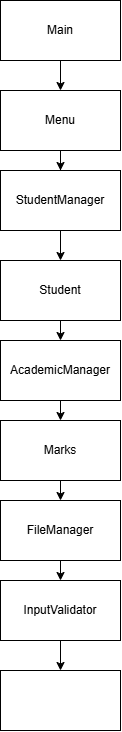
Above: docs/diagrams/Class Diagram.png in ps0303115-cell/StudentManagementSystem (draw.io), before the change. Source tidied: cells renumbered, new cells last; positions are measured from the earlier drawing's top-left corner, leaving out a move shared by most shapes.
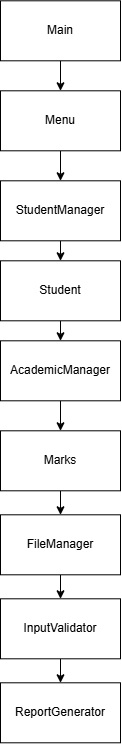
The same file after the commit.

Diff of the diagram source:
```diff
@@ -2,56 +2,56 @@
   <root>
     <mxCell id="0" />
     <mxCell id="1" parent="0" />
-    <mxCell id="2" style="rounded=0;whiteSpace=wrap;html=1;" parent="1" vertex="1">
-      <mxGeometry y="670" width="120" height="60" as="geometry" />
-    </mxCell>
-    <mxCell id="3" style="edgeStyle=orthogonalEdgeStyle;rounded=0;jettySize=auto;html=1;exitX=0.5;exitY=1;exitDx=0;exitDy=0;" parent="1" edge="1" source="4" target="2">
-      <mxGeometry relative="1" as="geometry" />
-    </mxCell>
+    <mxCell id="19" value="ReportGenerator" style="rounded=0;whiteSpace=wrap;html=1;" parent="1" vertex="1">
+      <mxGeometry x="-10" y="692" width="120" height="60" as="geometry" />
+    </mxCell>
+    <mxCell id="20" style="edgeStyle=orthogonalEdgeStyle;rounded=0;jettySize=auto;html=1;exitX=0.5;exitY=1;exitDx=0;exitDy=0;entryX=0.5;entryY=0;entryDx=0;entryDy=0;" parent="1" edge="1" source="4" target="19">
+      <mxGeometry relative="1" as="geometry" />
+    </mxCell>
     <mxCell id="4" value="InputValidator" style="rounded=0;whiteSpace=wrap;html=1;" parent="1" vertex="1">
-      <mxGeometry y="580" width="120" height="60" as="geometry" />
+      <mxGeometry x="-10" y="608" width="120" height="60" as="geometry" />
     </mxCell>
     <mxCell id="5" style="edgeStyle=orthogonalEdgeStyle;rounded=0;jettySize=auto;html=1;exitX=0.5;exitY=1;exitDx=0;exitDy=0;entryX=0.5;entryY=0;entryDx=0;entryDy=0;" parent="1" edge="1" source="6" target="4">
       <mxGeometry relative="1" as="geometry" />
     </mxCell>
     <mxCell id="6" value="FileManager" style="rounded=0;whiteSpace=wrap;html=1;" parent="1" vertex="1">
-      <mxGeometry y="500" width="120" height="60" as="geometry" />
+      <mxGeometry x="-10" y="524" width="120" height="60" as="geometry" />
     </mxCell>
     <mxCell id="7" style="edgeStyle=orthogonalEdgeStyle;rounded=0;jettySize=auto;html=1;exitX=0.5;exitY=1;exitDx=0;exitDy=0;entryX=0.5;entryY=0;entryDx=0;entryDy=0;" parent="1" edge="1" source="8" target="6">
       <mxGeometry relative="1" as="geometry" />
     </mxCell>
     <mxCell id="8" value="Marks" style="rounded=0;whiteSpace=wrap;html=1;" parent="1" vertex="1">
-      <mxGeometry y="420" width="120" height="60" as="geometry" />
+      <mxGeometry x="-10" y="440" width="120" height="60" as="geometry" />
     </mxCell>
     <mxCell id="9" style="edgeStyle=orthogonalEdgeStyle;rounded=0;jettySize=auto;html=1;exitX=0.5;exitY=1;exitDx=0;exitDy=0;entryX=0.5;entryY=0;entryDx=0;entryDy=0;" parent="1" edge="1" source="10" target="8">
       <mxGeometry relative="1" as="geometry" />
     </mxCell>
     <mxCell id="10" value="AcademicManager" style="rounded=0;whiteSpace=wrap;html=1;" parent="1" vertex="1">
-      <mxGeometry y="340" width="120" height="60" as="geometry" />
+      <mxGeometry x="-10" y="350" width="120" height="60" as="geometry" />
     </mxCell>
     <mxCell id="11" style="edgeStyle=orthogonalEdgeStyle;rounded=0;jettySize=auto;html=1;exitX=0.5;exitY=1;exitDx=0;exitDy=0;entryX=0.5;entryY=0;entryDx=0;entryDy=0;" parent="1" edge="1" source="12" target="10">
       <mxGeometry relative="1" as="geometry" />
     </mxCell>
     <mxCell id="12" value="Student" style="rounded=0;whiteSpace=wrap;html=1;" parent="1" vertex="1">
-      <mxGeometry y="260" width="120" height="60" as="geometry" />
+      <mxGeometry x="-10" y="270" width="120" height="60" as="geometry" />
     </mxCell>
-    <mxCell id="13" style="edgeStyle=orthogonalEdgeStyle;rounded=0;jettySize=auto;html=1;exitX=0.5;exitY=1;exitDx=0;exitDy=0;" parent="1" edge="1" source="14" target="12">
+    <mxCell id="13" style="edgeStyle=orthogonalEdgeStyle;rounded=0;jettySize=auto;html=1;exitX=0.5;exitY=1;exitDx=0;exitDy=0;entryX=0.5;entryY=0;entryDx=0;entryDy=0;" parent="1" edge="1" source="14" target="12">
       <mxGeometry relative="1" as="geometry" />
     </mxCell>
     <mxCell id="14" value="StudentManager" style="rounded=0;whiteSpace=wrap;html=1;" parent="1" vertex="1">
-      <mxGeometry y="170" width="120" height="60" as="geometry" />
+      <mxGeometry x="-10" y="190" width="120" height="60" as="geometry" />
     </mxCell>
-    <mxCell id="15" style="edgeStyle=orthogonalEdgeStyle;rounded=0;jettySize=auto;html=1;exitX=0.5;exitY=1;exitDx=0;exitDy=0;" parent="1" edge="1" source="16" target="14">
+    <mxCell id="15" style="edgeStyle=orthogonalEdgeStyle;rounded=0;jettySize=auto;html=1;exitX=0.5;exitY=1;exitDx=0;exitDy=0;entryX=0.5;entryY=0;entryDx=0;entryDy=0;" parent="1" edge="1" source="16" target="14">
       <mxGeometry relative="1" as="geometry" />
     </mxCell>
     <mxCell id="16" value="Menu" style="rounded=0;whiteSpace=wrap;html=1;" parent="1" vertex="1">
-      <mxGeometry y="90" width="120" height="60" as="geometry" />
+      <mxGeometry x="-10" y="100" width="120" height="60" as="geometry" />
     </mxCell>
     <mxCell id="17" style="edgeStyle=orthogonalEdgeStyle;rounded=0;jettySize=auto;html=1;exitX=0.5;exitY=1;exitDx=0;exitDy=0;entryX=0.5;entryY=0;entryDx=0;entryDy=0;" parent="1" edge="1" source="18" target="16">
       <mxGeometry relative="1" as="geometry" />
     </mxCell>
     <mxCell id="18" value="Main" style="rounded=0;whiteSpace=wrap;html=1;" parent="1" vertex="1">
-      <mxGeometry width="120" height="60" as="geometry" />
+      <mxGeometry x="-10" y="10" width="120" height="60" as="geometry" />
     </mxCell>
   </root>
 </mxGraphModel>
```
